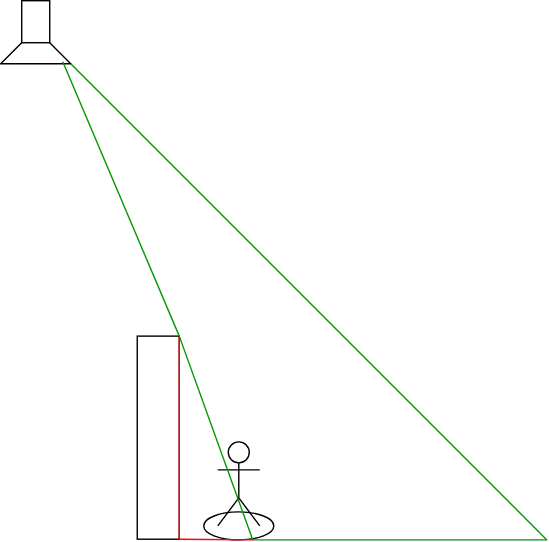
NathanBurgessDev/tabletop-war-game-helper keeps this draw.io diagram as Dissertation/images/parallaxDiagram.svg. Above is the earlier version. Source tidied: cells renumbered, new cells last; positions are measured from the earlier drawing's top-left corner, leaving out a move shared by most shapes. The source it was exported from:
```xml
<mxGraphModel>
  <root>
    <mxCell id="0" />
    <mxCell id="1" parent="0" />
    <mxCell id="2" style="shape=trapezoid;perimeter=trapezoidPerimeter;whiteSpace=wrap;html=1;fixedSize=1;" parent="1" vertex="1">
      <mxGeometry y="20" width="50" height="20" as="geometry" />
    </mxCell>
    <mxCell id="3" style="rounded=0;whiteSpace=wrap;html=1;rotation=90;" parent="1" vertex="1">
      <mxGeometry x="40" y="292" width="145" height="30" as="geometry" />
    </mxCell>
    <mxCell id="4" style="ellipse;whiteSpace=wrap;html=1;" parent="1" vertex="1">
      <mxGeometry x="145" y="360" width="50" height="20" as="geometry" />
    </mxCell>
    <mxCell id="5" style="shape=umlActor;verticalLabelPosition=bottom;verticalAlign=top;html=1;" parent="1" vertex="1">
      <mxGeometry x="155" y="310" width="30" height="60" as="geometry" />
    </mxCell>
    <mxCell id="6" style="rounded=0;whiteSpace=wrap;html=1;rotation=90;" parent="1" vertex="1">
      <mxGeometry x="10" width="30" height="20" as="geometry" />
    </mxCell>
    <mxCell id="7" style="endArrow=none;html=1;rounded=0;entryX=1;entryY=1;entryDx=0;entryDy=0;strokeColor=#009900;" parent="1" edge="1" target="2">
      <mxGeometry relative="1" as="geometry">
        <mxPoint x="390" y="380" as="sourcePoint" />
      </mxGeometry>
    </mxCell>
    <mxCell id="8" style="endArrow=none;html=1;rounded=0;entryX=0;entryY=0;entryDx=0;entryDy=0;exitX=0.887;exitY=0.933;exitDx=0;exitDy=0;exitPerimeter=0;strokeColor=#009900;" parent="1" edge="1" source="2" target="3">
      <mxGeometry relative="1" as="geometry" />
    </mxCell>
    <mxCell id="9" style="endArrow=none;html=1;rounded=0;entryX=0;entryY=0;entryDx=0;entryDy=0;strokeColor=#009900;" parent="1" edge="1" target="3">
      <mxGeometry relative="1" as="geometry">
        <mxPoint x="180" y="380" as="sourcePoint" />
      </mxGeometry>
    </mxCell>
    <mxCell id="10" style="endArrow=none;html=1;rounded=0;entryX=1;entryY=0;entryDx=0;entryDy=0;strokeColor=#FF0000;" parent="1" edge="1" target="3">
      <mxGeometry relative="1" as="geometry">
        <mxPoint x="180" y="380" as="sourcePoint" />
      </mxGeometry>
    </mxCell>
    <mxCell id="11" style="endArrow=none;html=1;rounded=0;entryX=0;entryY=0;entryDx=0;entryDy=0;exitX=1;exitY=0;exitDx=0;exitDy=0;strokeColor=#FF0000;" parent="1" edge="1" source="3" target="3">
      <mxGeometry relative="1" as="geometry" />
    </mxCell>
    <mxCell id="12" style="endArrow=none;html=1;rounded=0;strokeColor=#009900;" parent="1" edge="1">
      <mxGeometry relative="1" as="geometry">
        <mxPoint x="180" y="380" as="sourcePoint" />
        <mxPoint x="390" y="380" as="targetPoint" />
      </mxGeometry>
    </mxCell>
  </root>
</mxGraphModel>
```
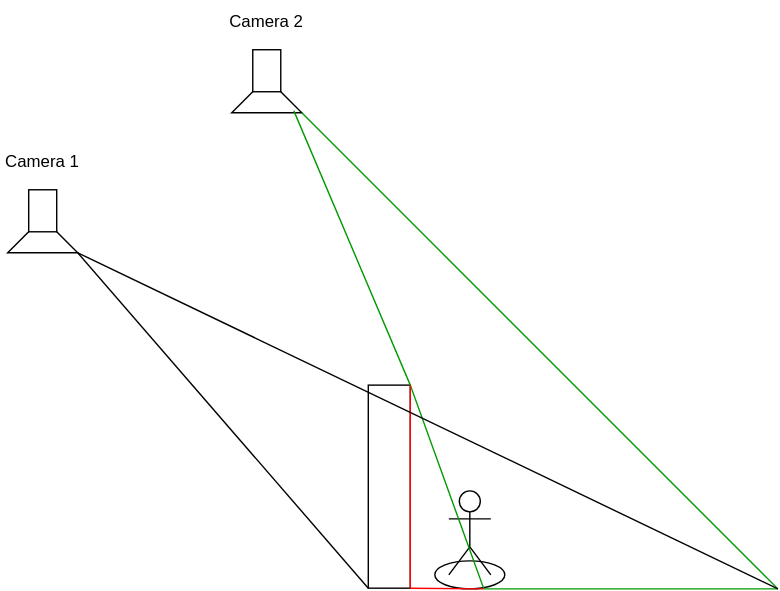
The same diagram one commit later.

Change to the diagram source:
```diff
@@ -44,5 +44,25 @@
         <mxPoint x="390" y="380" as="targetPoint" />
       </mxGeometry>
     </mxCell>
+    <mxCell id="13" style="shape=trapezoid;perimeter=trapezoidPerimeter;whiteSpace=wrap;html=1;fixedSize=1;" parent="1" vertex="1">
+      <mxGeometry x="-160" y="120" width="50" height="20" as="geometry" />
+    </mxCell>
+    <mxCell id="14" style="rounded=0;whiteSpace=wrap;html=1;rotation=90;" parent="1" vertex="1">
+      <mxGeometry x="-150" y="100" width="30" height="20" as="geometry" />
+    </mxCell>
+    <mxCell id="15" style="endArrow=none;html=1;rounded=0;entryX=1;entryY=1;entryDx=0;entryDy=0;" parent="1" edge="1" target="13">
+      <mxGeometry relative="1" as="geometry">
+        <mxPoint x="390" y="380" as="sourcePoint" />
+      </mxGeometry>
+    </mxCell>
+    <mxCell id="16" style="endArrow=none;html=1;rounded=0;entryX=1;entryY=1;entryDx=0;entryDy=0;exitX=1;exitY=1;exitDx=0;exitDy=0;" parent="1" edge="1" source="3" target="13">
+      <mxGeometry relative="1" as="geometry" />
+    </mxCell>
+    <mxCell id="17" value="Camera 1" style="text;html=1;align=center;verticalAlign=middle;whiteSpace=wrap;rounded=0;" parent="1" vertex="1">
+      <mxGeometry x="-165" y="60" width="60" height="30" as="geometry" />
+    </mxCell>
+    <mxCell id="18" value="Camera 2" style="text;html=1;align=center;verticalAlign=middle;whiteSpace=wrap;rounded=0;" parent="1" vertex="1">
+      <mxGeometry x="-5" y="-40" width="60" height="30" as="geometry" />
+    </mxCell>
   </root>
 </mxGraphModel>
```
